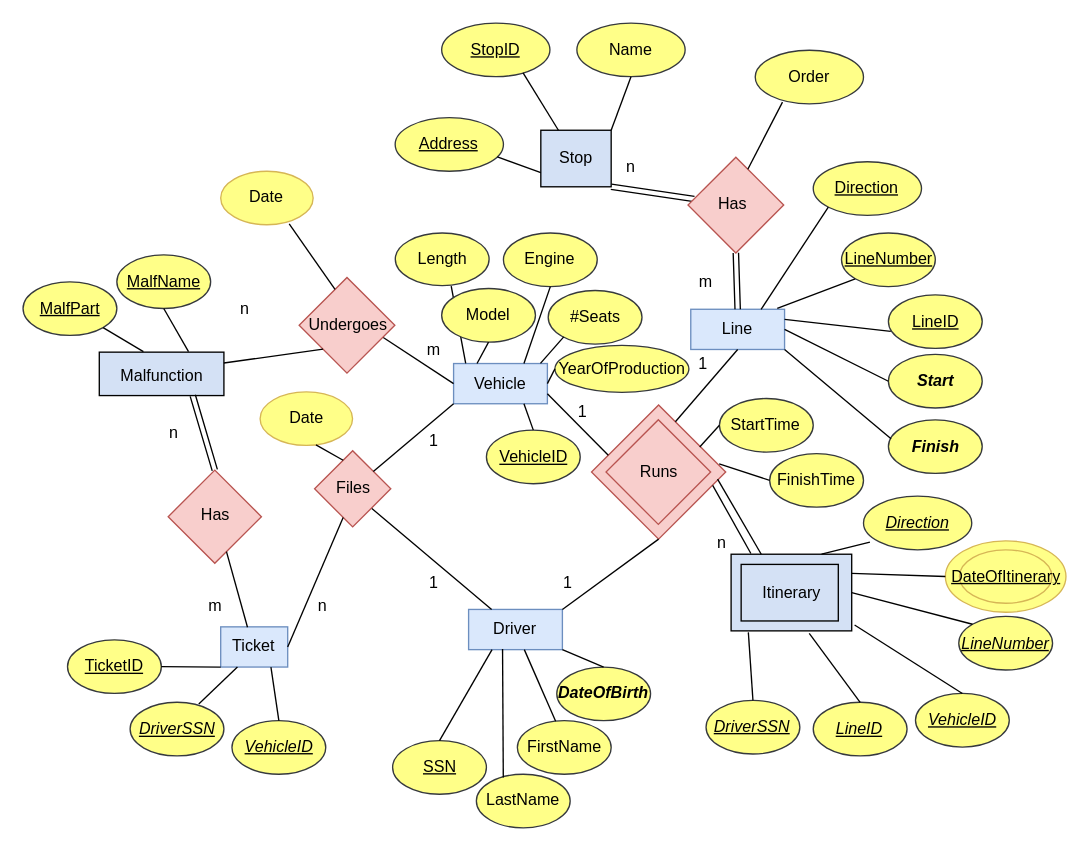
kotsos2000/kotsos2000 keeps this draw.io diagram as Untitled Diagram.drawio. Above is the earlier version. Source tidied: cells renumbered, new cells numbered last; positions are measured from the earlier drawing's top-left corner, leaving out a move shared by most shapes. Both pictures are drawn from the tidied source at 134%, with x=0, y=0 at pixel (23, 23).
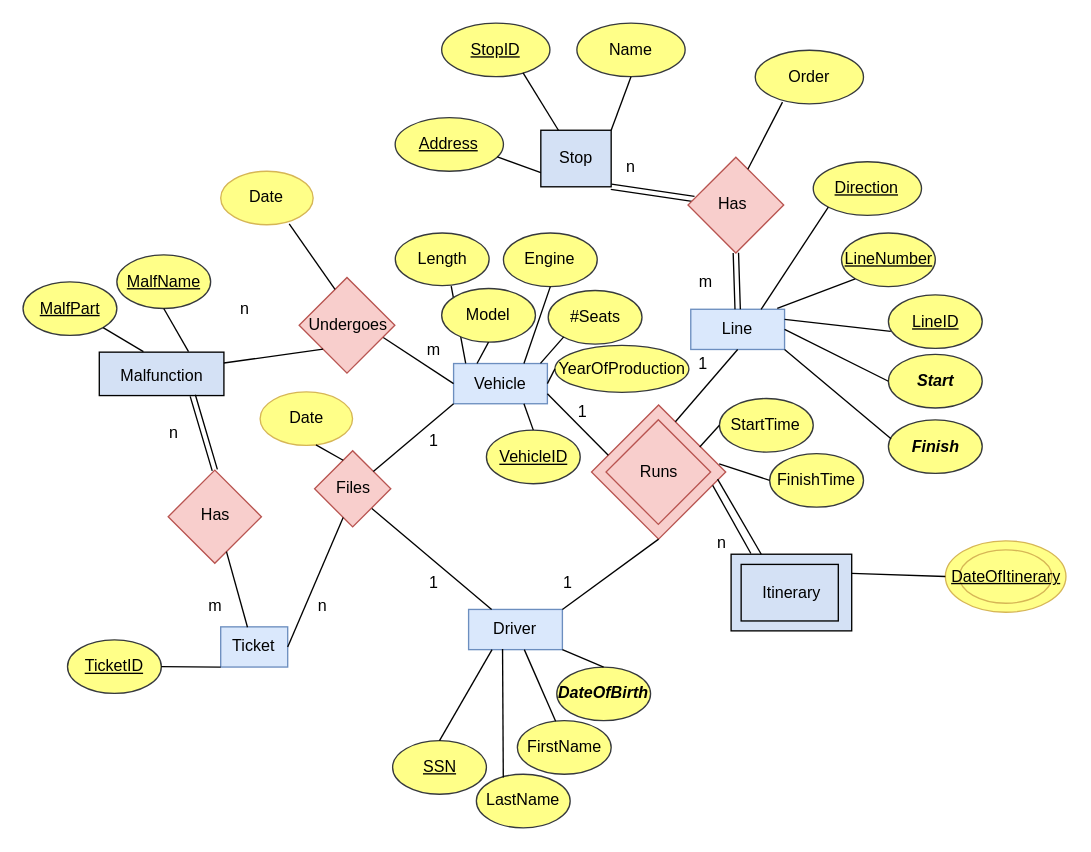
Above is the later version.

Unchanged cells that the change refers to:
```xml
<mxCell id="4" style="rounded=0;whiteSpace=wrap;html=1;fillColor=#D4E1F5;" parent="1" vertex="1">
  <mxGeometry x="528.1" y="396.1" width="90" height="57.2" as="geometry" />
</mxCell>
<mxCell id="8" value="&lt;div&gt;Ticket&lt;/div&gt;" style="rounded=0;whiteSpace=wrap;html=1;fillColor=#dae8fc;strokeColor=#6c8ebf;" parent="1" vertex="1">
  <mxGeometry x="147.2" y="450.3" width="50" height="30" as="geometry" />
</mxCell>
```

The edit, as a diff of the source:
```diff
@@
-    <mxCell id="48" value="&lt;i&gt;&lt;u&gt;DriverSSN&lt;/u&gt;&lt;/i&gt;" style="ellipse;whiteSpace=wrap;html=1;fillColor=#ffff88;strokeColor=#36393d;" parent="1" vertex="1">
-      <mxGeometry x="509.4" y="505.2" width="70" height="40" as="geometry" />
-    </mxCell>
-    <mxCell id="49" style="endArrow=none;html=1;rounded=0;entryX=0.143;entryY=1.02;entryDx=0;entryDy=0;exitX=0.5;exitY=0;exitDx=0;exitDy=0;entryPerimeter=0;" parent="1" edge="1" source="48" target="4">
-      <mxGeometry relative="1" as="geometry" />
-    </mxCell>
-    <mxCell id="50" value="&lt;i&gt;&lt;u&gt;LineID&lt;/u&gt;&lt;/i&gt;" style="ellipse;whiteSpace=wrap;html=1;fillColor=#ffff88;strokeColor=#36393d;" parent="1" vertex="1">
-      <mxGeometry x="589.4" y="506.6" width="70" height="40" as="geometry" />
-    </mxCell>
-    <mxCell id="51" style="endArrow=none;html=1;rounded=0;exitX=0.5;exitY=0;exitDx=0;exitDy=0;entryX=0.648;entryY=1.032;entryDx=0;entryDy=0;entryPerimeter=0;" parent="1" edge="1" source="50" target="4">
-      <mxGeometry relative="1" as="geometry" />
-    </mxCell>
-    <mxCell id="52" value="&lt;i&gt;&lt;u&gt;VehicleID&lt;/u&gt;&lt;/i&gt;" style="ellipse;whiteSpace=wrap;html=1;fillColor=#ffff88;strokeColor=#36393d;" parent="1" vertex="1">
-      <mxGeometry x="665.7" y="500" width="70" height="40" as="geometry" />
-    </mxCell>
-    <mxCell id="53" style="endArrow=none;html=1;rounded=0;exitX=0.5;exitY=0;exitDx=0;exitDy=0;entryX=1.024;entryY=0.923;entryDx=0;entryDy=0;entryPerimeter=0;" parent="1" edge="1" source="52" target="4">
-      <mxGeometry relative="1" as="geometry" />
-    </mxCell>
@@
-    <mxCell id="78" value="&lt;i&gt;&lt;u&gt;DriverSSN&lt;/u&gt;&lt;/i&gt;" style="ellipse;whiteSpace=wrap;html=1;fillColor=#ffff88;strokeColor=#36393d;" parent="1" vertex="1">
-      <mxGeometry x="79.6" y="506.6" width="70" height="40" as="geometry" />
-    </mxCell>
-    <mxCell id="79" style="endArrow=none;html=1;rounded=0;exitX=0.732;exitY=0.031;exitDx=0;exitDy=0;entryX=0.25;entryY=1;entryDx=0;entryDy=0;exitPerimeter=0;" parent="1" edge="1" source="78" target="8">
-      <mxGeometry relative="1" as="geometry" />
-    </mxCell>
@@
-    <mxCell id="88" value="&lt;i&gt;&lt;u&gt;LineNumber&lt;/u&gt;&lt;/i&gt;" style="ellipse;whiteSpace=wrap;html=1;fillColor=#ffff88;strokeColor=#36393d;" parent="1" vertex="1">
-      <mxGeometry x="698" y="442.5" width="70" height="40" as="geometry" />
-    </mxCell>
-    <mxCell id="89" style="endArrow=none;html=1;rounded=0;exitX=1;exitY=0.5;exitDx=0;exitDy=0;entryX=0;entryY=0;entryDx=0;entryDy=0;" parent="1" edge="1" source="4" target="88">
-      <mxGeometry relative="1" as="geometry" />
-    </mxCell>
@@
-    <mxCell id="95" value="&lt;i&gt;&lt;u&gt;VehicleID&lt;/u&gt;&lt;/i&gt;" style="ellipse;whiteSpace=wrap;html=1;fillColor=#ffff88;strokeColor=#36393d;" parent="1" vertex="1">
-      <mxGeometry x="155.6" y="520.3" width="70" height="40" as="geometry" />
-    </mxCell>
-    <mxCell id="96" style="endArrow=none;html=1;rounded=0;exitX=0.75;exitY=1;exitDx=0;exitDy=0;entryX=0.5;entryY=0;entryDx=0;entryDy=0;" parent="1" edge="1" source="8" target="95">
-      <mxGeometry relative="1" as="geometry" />
-    </mxCell>
@@
-    <mxCell id="108" value="&lt;i&gt;&lt;u&gt;Direction&lt;/u&gt;&lt;/i&gt;" style="ellipse;whiteSpace=wrap;html=1;fillColor=#ffff88;strokeColor=#36393d;" parent="1" vertex="1">
-      <mxGeometry x="626.9" y="352.8" width="80.8" height="40" as="geometry" />
-    </mxCell>
-    <mxCell id="109" style="endArrow=none;html=1;rounded=0;exitX=0.75;exitY=0;exitDx=0;exitDy=0;entryX=0.059;entryY=0.856;entryDx=0;entryDy=0;entryPerimeter=0;" parent="1" edge="1" source="4" target="108">
-      <mxGeometry relative="1" as="geometry" />
-    </mxCell>
```
